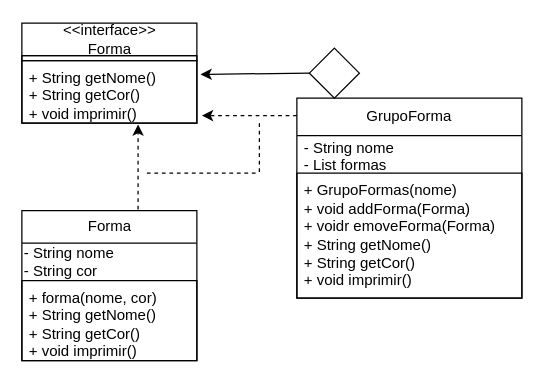
Above: padroesProjetosSistemas/composite/DiagramaComposite.drawio in AugustoTSantos/Bertoti (draw.io), before the change. Source tidied: cells renumbered, new cells numbered last; positions are measured from the earlier drawing's top-left corner, leaving out a move shared by most shapes. Both pictures are drawn from the tidied source at 125%, with x=0, y=0 at pixel (21, 22).
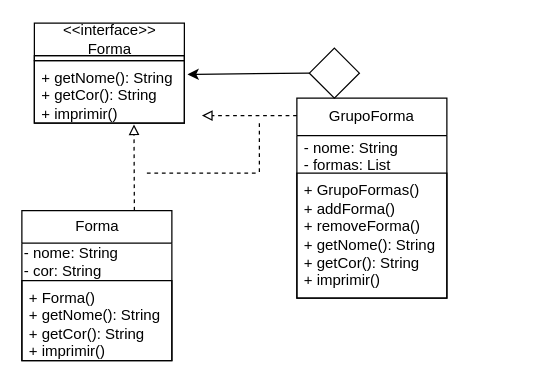
The same page after the edit.

What changed in the source:
```diff
@@
     <mxCell id="2" value="Forma" style="swimlane;fontStyle=0;horizontal=1;startSize=26;fillColor=none;html=1;" parent="1" vertex="1">
-      <mxGeometry y="150" width="140" height="120" as="geometry" />
+      <mxGeometry y="150" width="120" height="120" as="geometry" />
     </mxCell>
-    <mxCell id="3" value="&lt;span style=&quot;&quot;&gt;- String nome&lt;/span&gt;&lt;br style=&quot;&quot;&gt;&lt;div style=&quot;&quot;&gt;&lt;span style=&quot;background-color: initial;&quot;&gt;- String cor&lt;/span&gt;&lt;/div&gt;" style="text;html=1;strokeColor=none;fillColor=none;align=left;verticalAlign=middle;whiteSpace=wrap;rounded=0;" parent="2" vertex="1">
-      <mxGeometry y="26" width="140" height="30" as="geometry" />
+    <mxCell id="3" value="&lt;span style=&quot;&quot;&gt;- nome: String&lt;/span&gt;&lt;br style=&quot;&quot;&gt;&lt;div style=&quot;&quot;&gt;&lt;span style=&quot;background-color: initial;&quot;&gt;- cor: String&lt;/span&gt;&lt;/div&gt;" style="text;html=1;strokeColor=none;fillColor=none;align=left;verticalAlign=middle;whiteSpace=wrap;rounded=0;" parent="2" vertex="1">
+      <mxGeometry y="26" width="120" height="30" as="geometry" />
     </mxCell>
-    <mxCell id="4" value="+ forma(nome, cor)&lt;br&gt;+ String getNome()&lt;br&gt;+ String getCor()&lt;br&gt;+ void imprimir()" style="text;strokeColor=default;fillColor=none;align=left;verticalAlign=top;spacingLeft=4;spacingRight=4;overflow=hidden;whiteSpace=wrap;html=1;" parent="2" vertex="1">
-      <mxGeometry y="56" width="140" height="64" as="geometry" />
+    <mxCell id="4" value="+ Forma()&lt;br&gt;+ getNome(): String&lt;br&gt;+ getCor(): String&lt;br&gt;+ imprimir()" style="text;strokeColor=default;fillColor=none;align=left;verticalAlign=top;spacingLeft=4;spacingRight=4;overflow=hidden;whiteSpace=wrap;html=1;" parent="2" vertex="1">
+      <mxGeometry y="56" width="120" height="64" as="geometry" />
     </mxCell>
     <mxCell id="5" value="GrupoForma" style="swimlane;fontStyle=0;horizontal=1;startSize=30;whiteSpace=wrap;html=1;strokeColor=default;" parent="1" vertex="1">
-      <mxGeometry x="220" y="60" width="180" height="160" as="geometry" />
+      <mxGeometry x="220" y="60" width="120" height="160" as="geometry" />
     </mxCell>
-    <mxCell id="6" value="- String nome&lt;br&gt;- List formas" style="text;strokeColor=none;fillColor=none;align=left;verticalAlign=middle;spacingLeft=4;spacingRight=4;overflow=hidden;whiteSpace=wrap;html=1;" parent="5" vertex="1">
-      <mxGeometry y="30" width="180" height="30" as="geometry" />
+    <mxCell id="6" value="- nome: String&lt;br&gt;- formas: List" style="text;strokeColor=none;fillColor=none;align=left;verticalAlign=middle;spacingLeft=4;spacingRight=4;overflow=hidden;whiteSpace=wrap;html=1;" parent="5" vertex="1">
+      <mxGeometry y="30" width="120" height="30" as="geometry" />
     </mxCell>
-    <mxCell id="7" value="+ GrupoFormas(nome)&lt;br&gt;+ void addForma(Forma)&lt;br&gt;+ voidr emoveForma(Forma)&lt;br&gt;+ String getNome()&lt;br&gt;+ String getCor()&lt;br&gt;+ void imprimir()" style="text;strokeColor=default;fillColor=none;align=left;verticalAlign=middle;spacingLeft=4;spacingRight=4;overflow=hidden;whiteSpace=wrap;html=1;" parent="5" vertex="1">
-      <mxGeometry y="60" width="180" height="100" as="geometry" />
+    <mxCell id="7" value="+ GrupoFormas()&lt;br&gt;+ addForma()&lt;br&gt;+ removeForma()&lt;br&gt;+ getNome(): String&lt;br&gt;+ getCor(): String&lt;br&gt;+ imprimir()" style="text;strokeColor=default;fillColor=none;align=left;verticalAlign=middle;spacingLeft=4;spacingRight=4;overflow=hidden;whiteSpace=wrap;html=1;" parent="5" vertex="1">
+      <mxGeometry y="60" width="120" height="100" as="geometry" />
     </mxCell>
     <mxCell id="8" value="&amp;lt;&amp;lt;interface&amp;gt;&amp;gt;&lt;br&gt;Forma" style="swimlane;fontStyle=0;horizontal=1;startSize=26;fillColor=none;html=1;" parent="1" vertex="1">
-      <mxGeometry width="140" height="80" as="geometry" />
+      <mxGeometry x="10" width="120" height="80" as="geometry" />
     </mxCell>
     <mxCell id="9" style="text;html=1;strokeColor=default;fillColor=none;align=center;verticalAlign=middle;whiteSpace=wrap;rounded=0;" parent="8" vertex="1">
-      <mxGeometry y="26" width="140" height="4" as="geometry" />
+      <mxGeometry y="26" width="120" height="4" as="geometry" />
     </mxCell>
-    <mxCell id="10" value="+ String getNome()&lt;br&gt;+ String getCor()&lt;br&gt;+ void imprimir()" style="text;strokeColor=default;fillColor=none;align=left;verticalAlign=top;spacingLeft=4;spacingRight=4;overflow=hidden;points=[[0,0.5],[1,0.5]];portConstraint=eastwest;whiteSpace=wrap;html=1;" parent="8" vertex="1">
-      <mxGeometry y="30" width="140" height="50" as="geometry" />
+    <mxCell id="10" value="+ getNome(): String&lt;br&gt;+ getCor(): String&lt;br&gt;+ imprimir()" style="text;strokeColor=default;fillColor=none;align=left;verticalAlign=top;spacingLeft=4;spacingRight=4;overflow=hidden;points=[[0,0.5],[1,0.5]];portConstraint=eastwest;whiteSpace=wrap;html=1;" parent="8" vertex="1">
+      <mxGeometry y="30" width="120" height="50" as="geometry" />
     </mxCell>
@@
-    <mxCell id="13" style="endArrow=classic;html=1;entryX=0.664;entryY=1.02;entryDx=0;entryDy=0;entryPerimeter=0;dashed=1;exitX=0.664;exitY=-0.008;exitDx=0;exitDy=0;exitPerimeter=0;" parent="1" edge="1" source="2" target="10">
-      <mxGeometry relative="1" as="geometry" />
+    <mxCell id="13" style="endArrow=block;html=1;entryX=0.664;entryY=1.02;entryDx=0;entryDy=0;entryPerimeter=0;dashed=1;endFill=0;" parent="1" edge="1" target="10">
+      <mxGeometry relative="1" as="geometry">
+        <mxPoint x="90" y="150" as="sourcePoint" />
+      </mxGeometry>
     </mxCell>
-    <mxCell id="14" style="endArrow=classic;html=1;dashed=1;entryX=1.029;entryY=0.88;entryDx=0;entryDy=0;entryPerimeter=0;exitX=0;exitY=0.088;exitDx=0;exitDy=0;exitPerimeter=0;" parent="1" edge="1" source="5" target="10">
-      <mxGeometry relative="1" as="geometry" />
+    <mxCell id="14" style="endArrow=block;html=1;dashed=1;exitX=0;exitY=0.088;exitDx=0;exitDy=0;exitPerimeter=0;endFill=0;" parent="1" edge="1" source="5">
+      <mxGeometry relative="1" as="geometry">
+        <mxPoint x="144" y="74" as="targetPoint" />
+      </mxGeometry>
     </mxCell>
```
